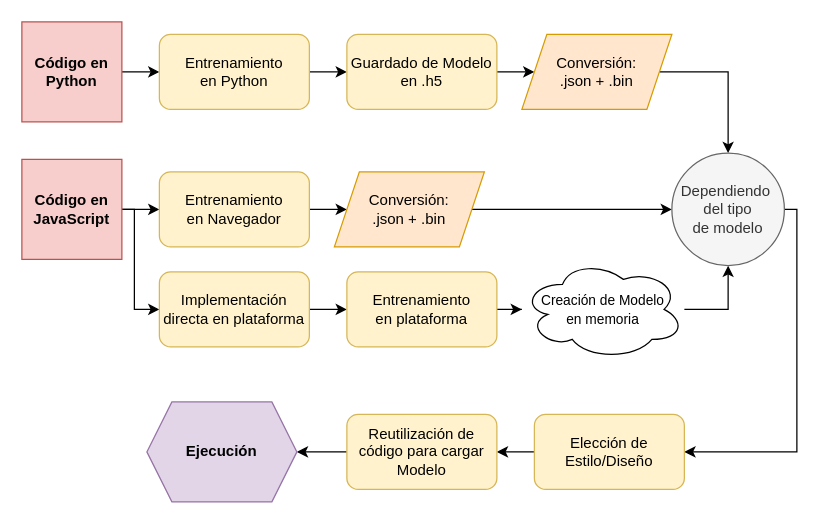
Above: img/tensorflowjs/diag_flujo.drawio in ccofres/plataformaJS (draw.io), before the change. Source tidied: cells renumbered, new cells numbered last; positions are measured from the earlier drawing's top-left corner, leaving out a move shared by most shapes. Both pictures are drawn from the tidied source at 125%, with x=0, y=0 at pixel (21, 21).
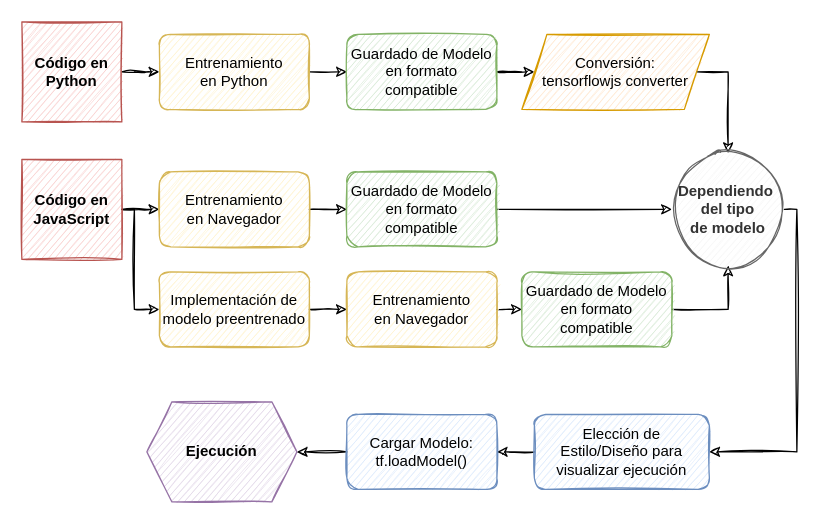
The same page after the edit.

Change to the diagram source:
```diff
@@
-    <mxCell id="2" style="edgeStyle=orthogonalEdgeStyle;rounded=0;jettySize=auto;html=1;entryX=0;entryY=0.5;entryDx=0;entryDy=0;" parent="1" edge="1" source="3" target="5">
+    <mxCell id="2" style="edgeStyle=orthogonalEdgeStyle;rounded=0;jettySize=auto;html=1;entryX=0;entryY=0.5;entryDx=0;entryDy=0;sketch=1;" parent="1" edge="1" source="3" target="5">
       <mxGeometry relative="1" as="geometry" />
     </mxCell>
-    <mxCell id="3" value="Código en Python" style="whiteSpace=wrap;html=1;fillColor=#f8cecc;strokeColor=#b85450;fontStyle=1;" parent="1" vertex="1">
+    <mxCell id="3" value="Código en Python" style="whiteSpace=wrap;html=1;fillColor=#f8cecc;strokeColor=#b85450;fontStyle=1;rounded=0;sketch=1;" parent="1" vertex="1">
       <mxGeometry width="80" height="80" as="geometry" />
     </mxCell>
-    <mxCell id="4" style="edgeStyle=orthogonalEdgeStyle;rounded=0;jettySize=auto;html=1;exitX=1;exitY=0.5;exitDx=0;exitDy=0;entryX=0;entryY=0.5;entryDx=0;entryDy=0;" parent="1" edge="1" source="5" target="7">
+    <mxCell id="4" style="edgeStyle=orthogonalEdgeStyle;rounded=0;jettySize=auto;html=1;exitX=1;exitY=0.5;exitDx=0;exitDy=0;entryX=0;entryY=0.5;entryDx=0;entryDy=0;sketch=1;" parent="1" edge="1" source="5" target="7">
       <mxGeometry relative="1" as="geometry" />
     </mxCell>
-    <mxCell id="5" value="Entrenamiento&lt;br&gt;en Python" style="rounded=1;whiteSpace=wrap;html=1;fillColor=#fff2cc;strokeColor=#d6b656;" parent="1" vertex="1">
+    <mxCell id="5" value="Entrenamiento&lt;br&gt;en Python" style="rounded=1;whiteSpace=wrap;html=1;fillColor=#fff2cc;strokeColor=#d6b656;sketch=1;" parent="1" vertex="1">
       <mxGeometry x="110" y="10" width="120" height="60" as="geometry" />
     </mxCell>
-    <mxCell id="6" style="edgeStyle=orthogonalEdgeStyle;rounded=0;jettySize=auto;html=1;exitX=1;exitY=0.5;exitDx=0;exitDy=0;" parent="1" edge="1" source="7" target="9">
+    <mxCell id="6" style="edgeStyle=orthogonalEdgeStyle;rounded=0;jettySize=auto;html=1;exitX=1;exitY=0.5;exitDx=0;exitDy=0;sketch=1;" parent="1" edge="1" source="7" target="9">
       <mxGeometry relative="1" as="geometry" />
     </mxCell>
-    <mxCell id="7" value="Guardado de Modelo en .h5" style="rounded=1;whiteSpace=wrap;html=1;fillColor=#fff2cc;strokeColor=#d6b656;" parent="1" vertex="1">
+    <mxCell id="7" value="Guardado de Modelo en formato compatible" style="rounded=1;whiteSpace=wrap;html=1;fillColor=#d5e8d4;strokeColor=#82b366;sketch=1;" parent="1" vertex="1">
       <mxGeometry x="260" y="10" width="120" height="60" as="geometry" />
     </mxCell>
-    <mxCell id="8" style="edgeStyle=orthogonalEdgeStyle;rounded=0;jettySize=auto;html=1;exitX=1;exitY=0.5;exitDx=0;exitDy=0;entryX=0.5;entryY=0;entryDx=0;entryDy=0;" parent="1" edge="1" source="9" target="24">
+    <mxCell id="8" style="edgeStyle=orthogonalEdgeStyle;rounded=0;jettySize=auto;html=1;exitX=1;exitY=0.5;exitDx=0;exitDy=0;entryX=0.5;entryY=0;entryDx=0;entryDy=0;sketch=1;" parent="1" edge="1" source="9" target="24">
       <mxGeometry relative="1" as="geometry">
         <Array as="points">
           <mxPoint x="565" y="40" />
         </Array>
       </mxGeometry>
     </mxCell>
-    <mxCell id="9" value="Conversión:&lt;br&gt;.json + .bin" style="shape=parallelogram;perimeter=parallelogramPerimeter;whiteSpace=wrap;html=1;fixedSize=1;fillColor=#ffe6cc;strokeColor=#d79b00;" parent="1" vertex="1">
-      <mxGeometry x="400" y="10" width="120" height="60" as="geometry" />
+    <mxCell id="9" value="Conversión:&lt;br&gt;tensorflowjs converter" style="shape=parallelogram;perimeter=parallelogramPerimeter;whiteSpace=wrap;html=1;fixedSize=1;fillColor=#ffe6cc;strokeColor=#d79b00;sketch=1;" parent="1" vertex="1">
+      <mxGeometry x="400" y="10" width="150" height="60" as="geometry" />
     </mxCell>
-    <mxCell id="10" style="edgeStyle=orthogonalEdgeStyle;rounded=0;jettySize=auto;html=1;entryX=0;entryY=0.5;entryDx=0;entryDy=0;" parent="1" edge="1" source="12" target="14">
+    <mxCell id="10" style="edgeStyle=orthogonalEdgeStyle;rounded=0;jettySize=auto;html=1;entryX=0;entryY=0.5;entryDx=0;entryDy=0;sketch=1;" parent="1" edge="1" source="12" target="14">
       <mxGeometry relative="1" as="geometry" />
     </mxCell>
-    <mxCell id="11" style="edgeStyle=orthogonalEdgeStyle;rounded=0;jettySize=auto;html=1;exitX=1;exitY=0.5;exitDx=0;exitDy=0;entryX=0;entryY=0.5;entryDx=0;entryDy=0;" parent="1" edge="1" source="12" target="16">
+    <mxCell id="11" style="edgeStyle=orthogonalEdgeStyle;rounded=0;jettySize=auto;html=1;exitX=1;exitY=0.5;exitDx=0;exitDy=0;entryX=0;entryY=0.5;entryDx=0;entryDy=0;sketch=1;" parent="1" edge="1" source="12" target="16">
       <mxGeometry relative="1" as="geometry">
         <Array as="points">
           <mxPoint x="90" y="150" />
           <mxPoint x="90" y="230" />
         </Array>
       </mxGeometry>
     </mxCell>
-    <mxCell id="12" value="Código en JavaScript" style="whiteSpace=wrap;html=1;fillColor=#f8cecc;strokeColor=#b85450;fontStyle=1;" parent="1" vertex="1">
+    <mxCell id="12" value="Código en JavaScript" style="whiteSpace=wrap;html=1;fillColor=#f8cecc;strokeColor=#b85450;fontStyle=1;sketch=1;" parent="1" vertex="1">
       <mxGeometry y="110" width="80" height="80" as="geometry" />
     </mxCell>
-    <mxCell id="13" style="edgeStyle=orthogonalEdgeStyle;rounded=0;jettySize=auto;html=1;exitX=1;exitY=0.5;exitDx=0;exitDy=0;entryX=0;entryY=0.5;entryDx=0;entryDy=0;" parent="1" edge="1" source="14" target="18">
-      <mxGeometry relative="1" as="geometry" />
+    <mxCell id="13" style="edgeStyle=orthogonalEdgeStyle;rounded=0;jettySize=auto;html=1;exitX=1;exitY=0.5;exitDx=0;exitDy=0;entryX=0;entryY=0.5;entryDx=0;entryDy=0;sketch=1;" parent="1" edge="1" source="14">
+      <mxGeometry relative="1" as="geometry">
+        <mxPoint x="260" y="150" as="targetPoint" />
+      </mxGeometry>
     </mxCell>
-    <mxCell id="14" value="Entrenamiento&lt;br&gt;en Navegador" style="rounded=1;whiteSpace=wrap;html=1;fillColor=#fff2cc;strokeColor=#d6b656;" parent="1" vertex="1">
+    <mxCell id="14" value="Entrenamiento&lt;br&gt;en Navegador" style="rounded=1;whiteSpace=wrap;html=1;fillColor=#fff2cc;strokeColor=#d6b656;sketch=1;" parent="1" vertex="1">
       <mxGeometry x="110" y="120" width="120" height="60" as="geometry" />
     </mxCell>
-    <mxCell id="15" style="edgeStyle=orthogonalEdgeStyle;rounded=0;jettySize=auto;html=1;exitX=1;exitY=0.5;exitDx=0;exitDy=0;entryX=0;entryY=0.5;entryDx=0;entryDy=0;" parent="1" edge="1" source="16" target="20">
+    <mxCell id="15" style="edgeStyle=orthogonalEdgeStyle;rounded=0;jettySize=auto;html=1;exitX=1;exitY=0.5;exitDx=0;exitDy=0;entryX=0;entryY=0.5;entryDx=0;entryDy=0;sketch=1;" parent="1" edge="1" source="16" target="20">
       <mxGeometry relative="1" as="geometry" />
     </mxCell>
-    <mxCell id="16" value="Implementación directa en plataforma" style="rounded=1;whiteSpace=wrap;html=1;fillColor=#fff2cc;strokeColor=#d6b656;" parent="1" vertex="1">
+    <mxCell id="16" value="Implementación de modelo preentrenado" style="rounded=1;whiteSpace=wrap;html=1;fillColor=#fff2cc;strokeColor=#d6b656;sketch=1;" parent="1" vertex="1">
       <mxGeometry x="110" y="200" width="120" height="60" as="geometry" />
     </mxCell>
-    <mxCell id="17" style="edgeStyle=orthogonalEdgeStyle;rounded=0;jettySize=auto;html=1;exitX=1;exitY=0.5;exitDx=0;exitDy=0;entryX=0;entryY=0.5;entryDx=0;entryDy=0;" parent="1" edge="1" source="18" target="24">
+    <mxCell id="17" style="edgeStyle=orthogonalEdgeStyle;rounded=0;jettySize=auto;html=1;exitX=1;exitY=0.5;exitDx=0;exitDy=0;entryX=0;entryY=0.5;entryDx=0;entryDy=0;sketch=1;" parent="1" edge="1" source="30" target="24">
       <mxGeometry relative="1" as="geometry" />
     </mxCell>
-    <mxCell id="18" value="Conversión:&lt;br&gt;.json + .bin" style="shape=parallelogram;perimeter=parallelogramPerimeter;whiteSpace=wrap;html=1;fixedSize=1;fillColor=#ffe6cc;strokeColor=#d79b00;" parent="1" vertex="1">
-      <mxGeometry x="250" y="120" width="120" height="60" as="geometry" />
-    </mxCell>
-    <mxCell id="19" style="edgeStyle=orthogonalEdgeStyle;rounded=0;jettySize=auto;html=1;" parent="1" edge="1" source="20" target="22">
-      <mxGeometry relative="1" as="geometry" />
+    <mxCell id="19" style="edgeStyle=orthogonalEdgeStyle;rounded=0;jettySize=auto;html=1;sketch=1;" parent="1" edge="1" source="20">
+      <mxGeometry relative="1" as="geometry">
+        <mxPoint x="400" y="230" as="targetPoint" />
+      </mxGeometry>
     </mxCell>
-    <mxCell id="20" value="Entrenamiento&lt;br&gt;en plataforma" style="rounded=1;whiteSpace=wrap;html=1;fillColor=#fff2cc;strokeColor=#d6b656;" parent="1" vertex="1">
+    <mxCell id="20" value="Entrenamiento&lt;br&gt;en Navegador" style="rounded=1;whiteSpace=wrap;html=1;fillColor=#fff2cc;strokeColor=#d6b656;sketch=1;" parent="1" vertex="1">
       <mxGeometry x="260" y="200" width="120" height="60" as="geometry" />
     </mxCell>
-    <mxCell id="21" style="edgeStyle=orthogonalEdgeStyle;rounded=0;jettySize=auto;html=1;entryX=0.5;entryY=1;entryDx=0;entryDy=0;" parent="1" edge="1" source="22" target="24">
+    <mxCell id="21" style="edgeStyle=orthogonalEdgeStyle;rounded=0;jettySize=auto;html=1;entryX=0.5;entryY=1;entryDx=0;entryDy=0;exitX=1;exitY=0.5;exitDx=0;exitDy=0;sketch=1;" parent="1" edge="1" source="31" target="24">
       <mxGeometry relative="1" as="geometry">
         <Array as="points">
           <mxPoint x="565" y="230" />
         </Array>
       </mxGeometry>
     </mxCell>
-    <mxCell id="22" value="&lt;font style=&quot;font-size: 11px&quot;&gt;Creación de Modelo &lt;br&gt;en memoria&lt;/font&gt;" style="ellipse;shape=cloud;whiteSpace=wrap;html=1;" parent="1" vertex="1">
-      <mxGeometry x="400" y="190" width="130" height="80" as="geometry" />
-    </mxCell>
-    <mxCell id="23" style="edgeStyle=orthogonalEdgeStyle;rounded=0;jettySize=auto;html=1;exitX=1;exitY=0.5;exitDx=0;exitDy=0;entryX=1;entryY=0.5;entryDx=0;entryDy=0;" parent="1" edge="1" source="24" target="26">
+    <mxCell id="23" style="edgeStyle=orthogonalEdgeStyle;rounded=0;jettySize=auto;html=1;exitX=1;exitY=0.5;exitDx=0;exitDy=0;entryX=1;entryY=0.5;entryDx=0;entryDy=0;sketch=1;" parent="1" edge="1" source="24" target="26">
       <mxGeometry relative="1" as="geometry">
         <Array as="points">
           <mxPoint x="620" y="150" />
           <mxPoint x="620" y="344" />
         </Array>
       </mxGeometry>
     </mxCell>
-    <mxCell id="24" value="Dependiendo&amp;nbsp;&lt;br&gt;del&amp;nbsp;tipo &lt;br&gt;de modelo" style="ellipse;whiteSpace=wrap;html=1;fillColor=#f5f5f5;strokeColor=#666666;fontColor=#333333;" parent="1" vertex="1">
+    <mxCell id="24" value="Dependiendo&amp;nbsp;&lt;br&gt;del&amp;nbsp;tipo &lt;br&gt;de modelo" style="ellipse;whiteSpace=wrap;html=1;fillColor=#f5f5f5;strokeColor=#666666;fontColor=#333333;sketch=1;shadow=0;fontStyle=1;" parent="1" vertex="1">
       <mxGeometry x="520" y="105" width="90" height="90" as="geometry" />
     </mxCell>
-    <mxCell id="25" style="edgeStyle=orthogonalEdgeStyle;rounded=0;jettySize=auto;html=1;exitX=0;exitY=0.5;exitDx=0;exitDy=0;entryX=1;entryY=0.5;entryDx=0;entryDy=0;" parent="1" edge="1" source="26" target="28">
+    <mxCell id="25" style="edgeStyle=orthogonalEdgeStyle;rounded=0;jettySize=auto;html=1;exitX=0;exitY=0.5;exitDx=0;exitDy=0;entryX=1;entryY=0.5;entryDx=0;entryDy=0;sketch=1;" parent="1" edge="1" source="26" target="28">
       <mxGeometry relative="1" as="geometry" />
     </mxCell>
-    <mxCell id="26" value="Elección de Estilo/Diseño" style="rounded=1;whiteSpace=wrap;html=1;fillColor=#fff2cc;strokeColor=#d6b656;" parent="1" vertex="1">
-      <mxGeometry x="410" y="314" width="120" height="60" as="geometry" />
+    <mxCell id="26" value="Elección de Estilo/Diseño para visualizar ejecución" style="rounded=1;whiteSpace=wrap;html=1;fillColor=#dae8fc;strokeColor=#6c8ebf;spacingLeft=5;spacingRight=5;sketch=1;fillStyle=auto;" parent="1" vertex="1">
+      <mxGeometry x="410" y="314" width="140" height="60" as="geometry" />
     </mxCell>
-    <mxCell id="27" style="edgeStyle=orthogonalEdgeStyle;rounded=0;jettySize=auto;html=1;exitX=0;exitY=0.5;exitDx=0;exitDy=0;entryX=1;entryY=0.5;entryDx=0;entryDy=0;" parent="1" edge="1" source="28" target="29">
+    <mxCell id="27" style="edgeStyle=orthogonalEdgeStyle;rounded=0;jettySize=auto;html=1;exitX=0;exitY=0.5;exitDx=0;exitDy=0;entryX=1;entryY=0.5;entryDx=0;entryDy=0;sketch=1;" parent="1" edge="1" source="28" target="29">
       <mxGeometry relative="1" as="geometry" />
     </mxCell>
-    <mxCell id="28" value="Reutilización de código para cargar Modelo" style="rounded=1;whiteSpace=wrap;html=1;fillColor=#fff2cc;strokeColor=#d6b656;" parent="1" vertex="1">
+    <mxCell id="28" value="Cargar Modelo:&lt;br&gt;tf.loadModel()" style="rounded=1;whiteSpace=wrap;html=1;fillColor=#dae8fc;strokeColor=#6c8ebf;sketch=1;shadow=0;" parent="1" vertex="1">
       <mxGeometry x="260" y="314" width="120" height="60" as="geometry" />
     </mxCell>
-    <mxCell id="29" value="&lt;b&gt;Ejecución&lt;/b&gt;" style="shape=hexagon;perimeter=hexagonPerimeter2;whiteSpace=wrap;html=1;fixedSize=1;fillColor=#e1d5e7;strokeColor=#9673a6;" parent="1" vertex="1">
+    <mxCell id="29" value="&lt;b&gt;Ejecución&lt;/b&gt;" style="shape=hexagon;perimeter=hexagonPerimeter2;whiteSpace=wrap;html=1;fixedSize=1;fillColor=#e1d5e7;strokeColor=#9673a6;sketch=1;shadow=0;" parent="1" vertex="1">
       <mxGeometry x="100" y="304" width="120" height="80" as="geometry" />
     </mxCell>
+    <mxCell id="30" value="Guardado de Modelo en formato compatible" style="rounded=1;whiteSpace=wrap;html=1;fillColor=#d5e8d4;strokeColor=#82b366;sketch=1;" parent="1" vertex="1">
+      <mxGeometry x="260" y="120" width="120" height="60" as="geometry" />
+    </mxCell>
+    <mxCell id="31" value="Guardado de Modelo en formato compatible" style="rounded=1;whiteSpace=wrap;html=1;fillColor=#d5e8d4;strokeColor=#82b366;sketch=1;" parent="1" vertex="1">
+      <mxGeometry x="400" y="200" width="120" height="60" as="geometry" />
+    </mxCell>
```
